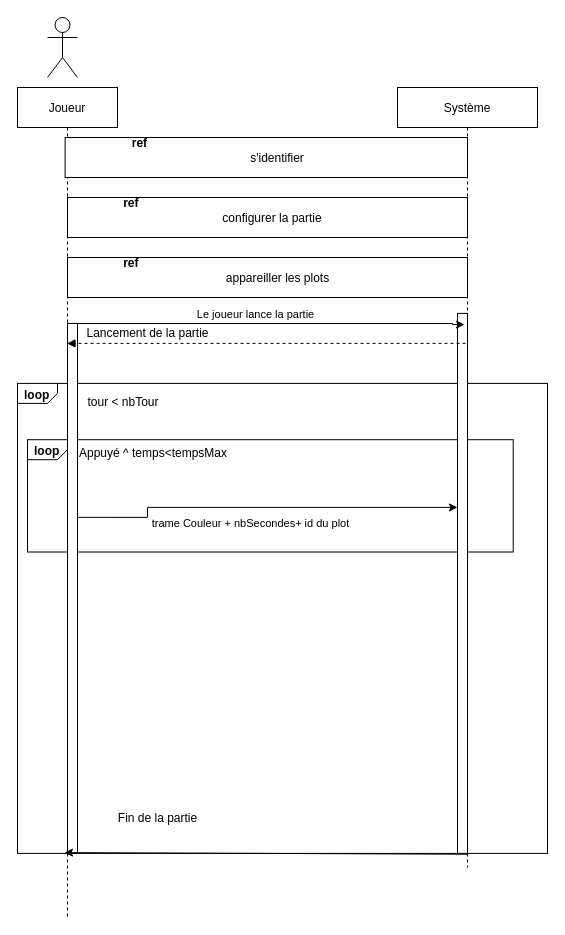
Earlier version of the draw.io diagram 1-Spécifications/Sequence/Sequence-v2/DiagrammeDeSéquence_S'entrainer.drawio (Kimaaaaaaa/Plots-_Lumineux_BTS_2022-2024). Source tidied: cells renumbered, new cells numbered last; positions are measured from the earlier drawing's top-left corner, leaving out a move shared by most shapes. Both pictures are drawn from the tidied source at 100%, with x=0, y=0 at pixel (17, 17).
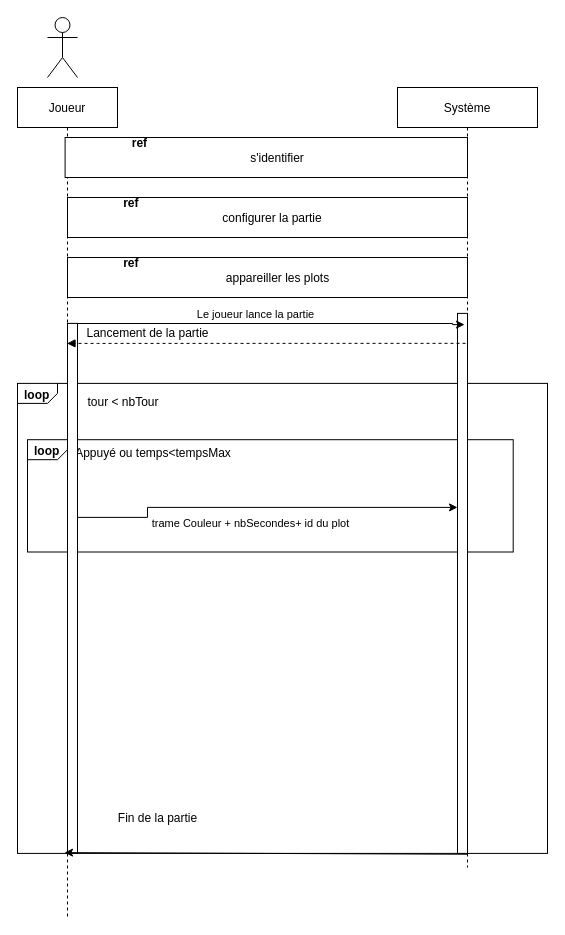
After the change.

The change refers to these unchanged cells:
```xml
<mxCell id="13" style="html=1;shape=mxgraph.sysml.package;labelX=40;whiteSpace=wrap;align=center;fillColor=none;" parent="1" vertex="1">
  <mxGeometry y="365.9" width="530" height="470" as="geometry" />
</mxCell>
```

The edit, as a diff of the source:
```diff
@@
-    <mxCell id="19" value="Appuyé ^ temps&amp;lt;tempsMax" style="text;html=1;strokeColor=none;fillColor=none;align=center;verticalAlign=middle;whiteSpace=wrap;rounded=0;" parent="13" vertex="1">
+    <mxCell id="19" value="Appuyé ou temps&amp;lt;tempsMax" style="text;html=1;strokeColor=none;fillColor=none;align=center;verticalAlign=middle;whiteSpace=wrap;rounded=0;" parent="13" vertex="1">
       <mxGeometry x="44.2" y="62.7" width="183.5" height="15.3" as="geometry" />
     </mxCell>
```
